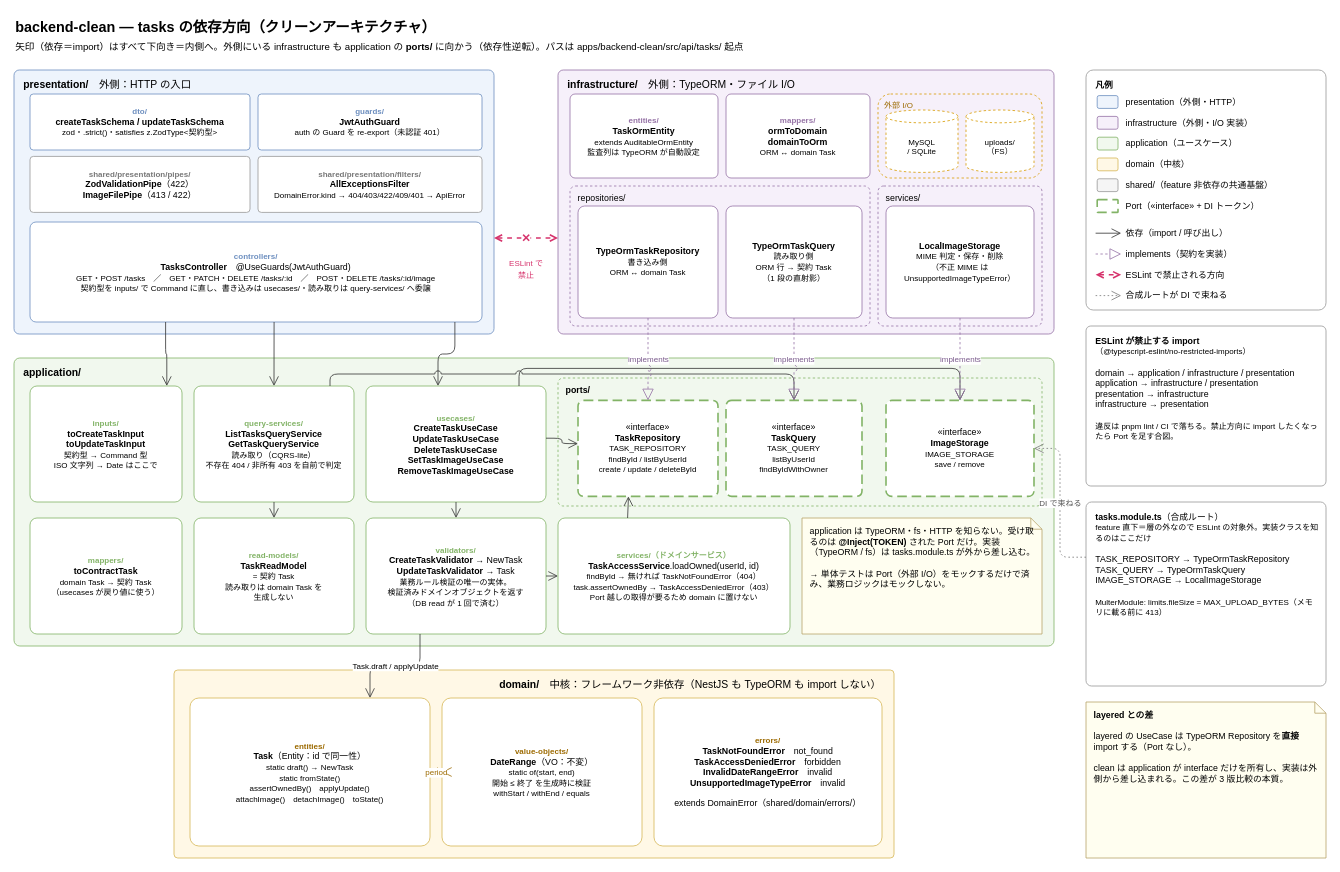
The draw.io diagram page "1. clean: tasks の依存方向" (1 of 6) of docs/diagrams/backend-clean.drawio in kojikawazu/nuxtjs-nestjs-arch-practice, before the edit. Source tidied: cells renumbered, new cells numbered last; positions are measured from the earlier drawing's top-left corner, leaving out a move shared by most shapes. Both pictures are drawn from the tidied source at 80%, with x=0, y=0 at pixel (14, 14).
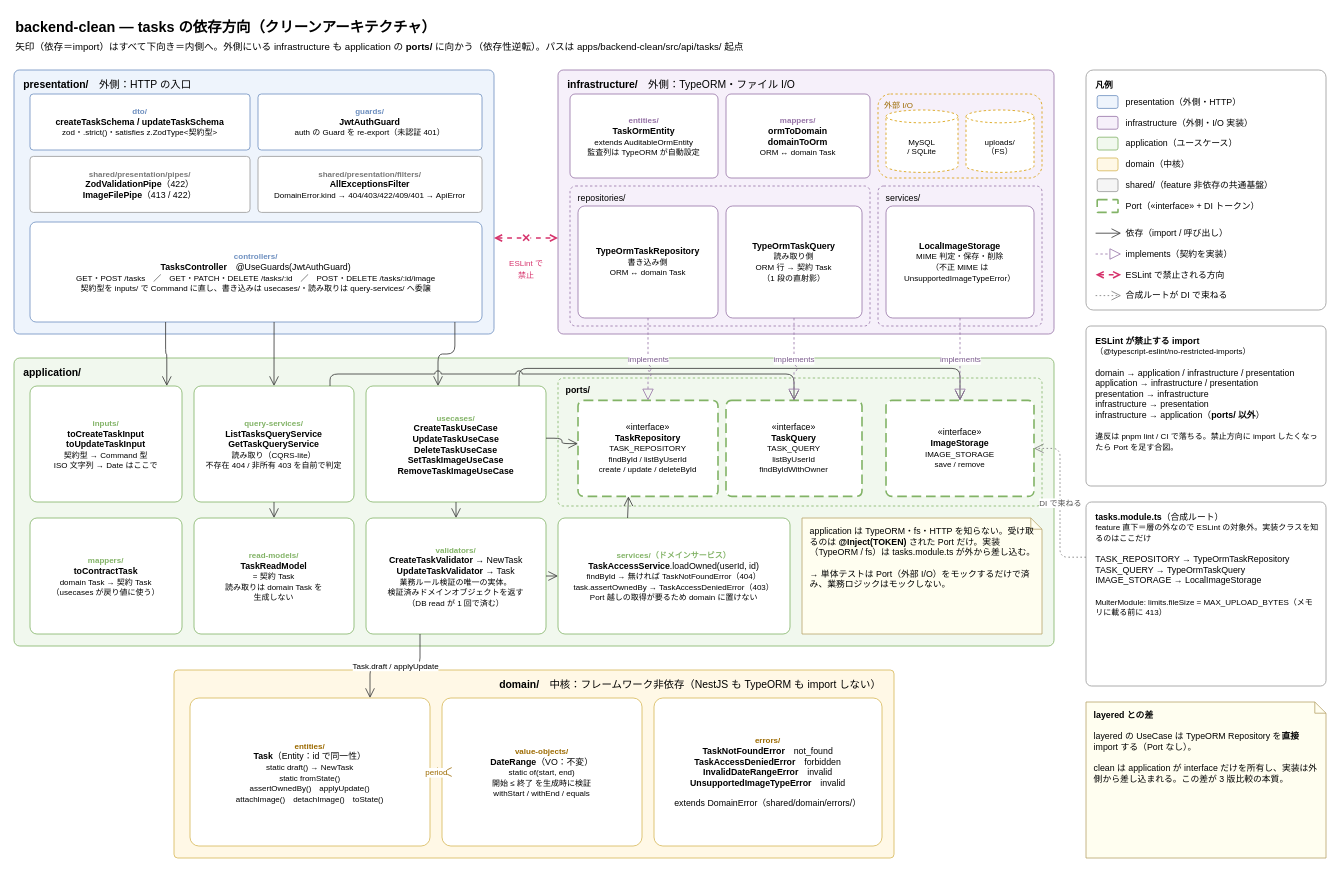
After the change.

Commit message (it also covers changes not shown here):
chore(lint): infrastructure → application の import をアーキごとに絞る

Change to the diagram source:
```diff
@@
-    <mxCell id="75" value="&lt;b&gt;ESLint が禁止する import&lt;/b&gt;&lt;br&gt;&lt;font style=&quot;font-size: 10px;&quot;&gt;（@typescript-eslint/no-restricted-imports）&lt;/font&gt;&lt;br&gt;&lt;br&gt;domain → application / infrastructure / presentation&lt;br&gt;application → infrastructure / presentation&lt;br&gt;presentation → infrastructure&lt;br&gt;infrastructure → presentation&lt;br&gt;&lt;br&gt;&lt;font style=&quot;font-size: 10px;&quot;&gt;違反は pnpm lint / CI で落ちる。禁止方向に import したくなったら Port を足す合図。&lt;/font&gt;" style="rounded=1;whiteSpace=wrap;html=1;fillColor=#ffffff;strokeColor=#999999;align=left;verticalAlign=top;spacingLeft=10;spacingTop=6;spacingRight=8;fontSize=11;arcSize=3;" parent="1" vertex="1">
+    <mxCell id="75" value="&lt;b&gt;ESLint が禁止する import&lt;/b&gt;&lt;br&gt;&lt;font style=&quot;font-size: 10px;&quot;&gt;（@typescript-eslint/no-restricted-imports）&lt;/font&gt;&lt;br&gt;&lt;br&gt;domain → application / infrastructure / presentation&lt;br&gt;application → infrastructure / presentation&lt;br&gt;presentation → infrastructure&lt;br&gt;infrastructure → presentation&lt;br&gt;infrastructure → application（&lt;b&gt;ports/ 以外&lt;/b&gt;）&lt;br&gt;&lt;br&gt;&lt;font style=&quot;font-size: 10px;&quot;&gt;違反は pnpm lint / CI で落ちる。禁止方向に import したくなったら Port を足す合図。&lt;/font&gt;" style="rounded=1;whiteSpace=wrap;html=1;fillColor=#ffffff;strokeColor=#999999;align=left;verticalAlign=top;spacingLeft=10;spacingTop=6;spacingRight=8;fontSize=11;arcSize=3;" parent="1" vertex="1">
       <mxGeometry x="1340" y="390" width="300" height="200" as="geometry" />
     </mxCell>
```
